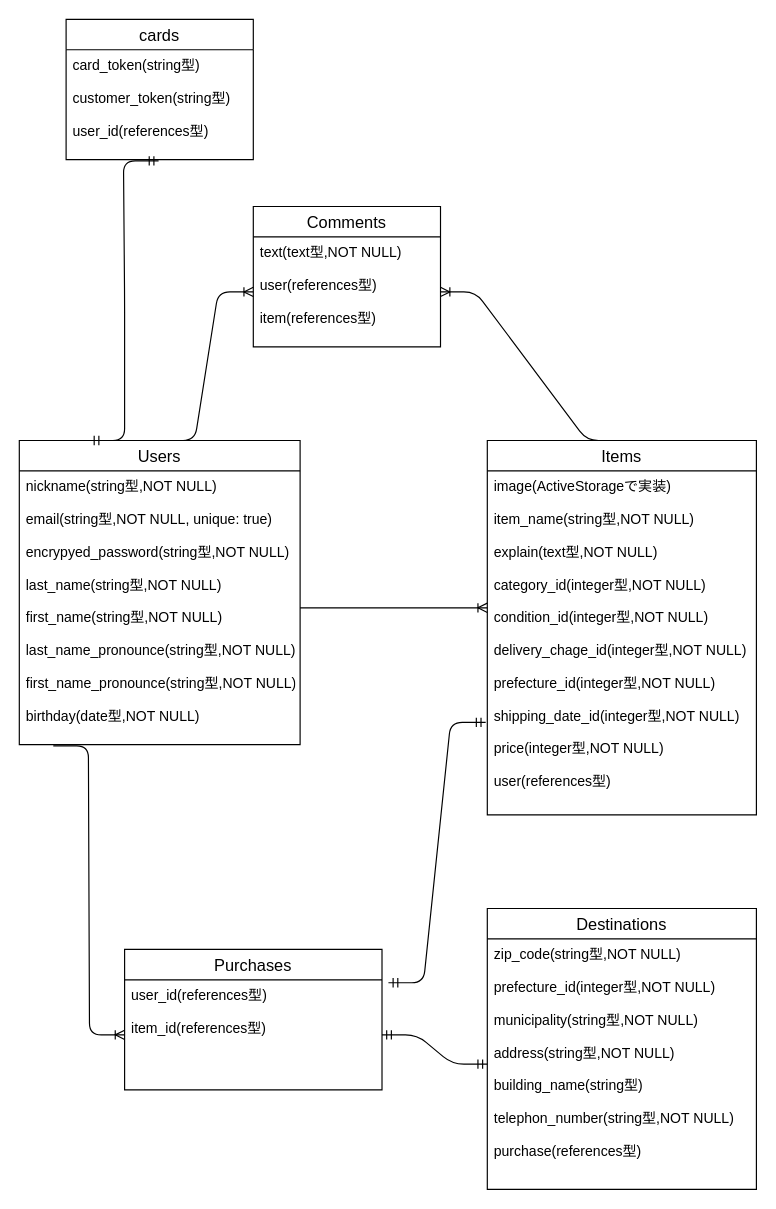
Before: furima.dio in mokomoko-ogata/furima-35230, a draw.io diagram. Source tidied: cells renumbered, new cells numbered last; positions are measured from the earlier drawing's top-left corner, leaving out a move shared by most shapes. Both pictures are drawn from the tidied source at 117%, with x=0, y=0 at pixel (19, 19).
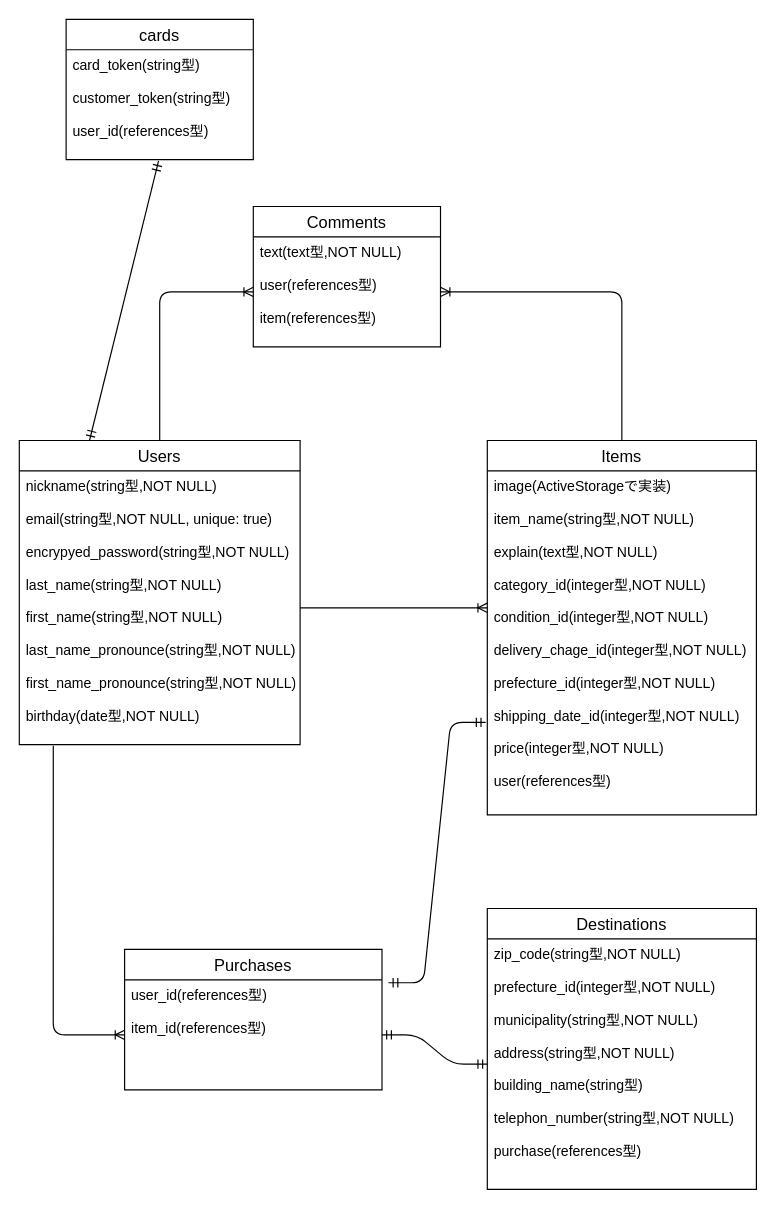
Above is the later version.

The change refers to these unchanged cells:
```xml
<mxCell id="2" value="Users" style="swimlane;fontStyle=0;horizontal=1;startSize=26;align=center;fontSize=14;" parent="1" vertex="1">
  <mxGeometry y="360" width="240" height="260" as="geometry" />
</mxCell>
<mxCell id="3" value="nickname(string型,NOT NULL)&#10;&#10;email(string型,NOT NULL, unique: true)&#10;&#10;encrypyed_password(string型,NOT NULL)&#10;&#10;last_name(string型,NOT NULL)&#10;&#10;first_name(string型,NOT NULL)&#10;&#10;last_name_pronounce(string型,NOT NULL)&#10;&#10;first_name_pronounce(string型,NOT NULL)&#10;&#10;birthday(date型,NOT NULL)" style="text;strokeColor=none;fillColor=none;spacingLeft=4;spacingRight=4;overflow=hidden;points=[[0,0.5],[1,0.5]];portConstraint=eastwest;fontSize=12;" parent="2" vertex="1">
  <mxGeometry y="26" width="240" height="234" as="geometry" />
</mxCell>
<mxCell id="4" value="Items" style="swimlane;fontStyle=0;horizontal=1;startSize=26;align=center;fontSize=14;" parent="1" vertex="1">
  <mxGeometry x="400" y="360" width="230" height="320" as="geometry" />
</mxCell>
<mxCell id="7" value="user_id(references型)&#10;&#10;item_id(references型)" style="text;strokeColor=none;fillColor=none;spacingLeft=4;spacingRight=4;overflow=hidden;points=[[0,0.5],[1,0.5]];portConstraint=eastwest;fontSize=12;" parent="6" vertex="1">
  <mxGeometry y="26" width="220" height="94" as="geometry" />
</mxCell>
<mxCell id="11" value="text(text型,NOT NULL)&#10;&#10;user(references型)&#10;&#10;item(references型)" style="text;strokeColor=none;fillColor=none;spacingLeft=4;spacingRight=4;overflow=hidden;points=[[0,0.5],[1,0.5]];portConstraint=eastwest;fontSize=12;" parent="10" vertex="1">
  <mxGeometry y="26" width="160" height="94" as="geometry" />
</mxCell>
<mxCell id="19" value="card_token(string型)&#10;&#10;customer_token(string型)&#10;&#10;user_id(references型)" style="text;strokeColor=none;fillColor=none;spacingLeft=4;spacingRight=4;overflow=hidden;points=[[0,0.5],[1,0.5]];portConstraint=eastwest;fontSize=12;" parent="18" vertex="1">
  <mxGeometry y="26" width="160" height="94" as="geometry" />
</mxCell>
```

The edit, as a diff of the source:
```diff
@@
-    <mxCell id="13" style="edgeStyle=entityRelationEdgeStyle;fontSize=12;html=1;endArrow=ERoneToMany;exitX=0.5;exitY=0;exitDx=0;exitDy=0;entryX=0;entryY=0.5;entryDx=0;entryDy=0;" parent="1" edge="1" source="2" target="11">
+    <mxCell id="13" style="edgeStyle=orthogonalEdgeStyle;fontSize=12;html=1;endArrow=ERoneToMany;exitX=0.5;exitY=0;exitDx=0;exitDy=0;entryX=0;entryY=0.5;entryDx=0;entryDy=0;" parent="1" edge="1" source="2" target="11">
       <mxGeometry relative="1" as="geometry" />
     </mxCell>
-    <mxCell id="14" style="edgeStyle=entityRelationEdgeStyle;fontSize=12;html=1;endArrow=ERoneToMany;exitX=0.5;exitY=0;exitDx=0;exitDy=0;entryX=1;entryY=0.5;entryDx=0;entryDy=0;" parent="1" edge="1" source="4" target="11">
+    <mxCell id="14" style="edgeStyle=orthogonalEdgeStyle;fontSize=12;html=1;endArrow=ERoneToMany;exitX=0.5;exitY=0;exitDx=0;exitDy=0;entryX=1;entryY=0.5;entryDx=0;entryDy=0;" parent="1" edge="1" source="4" target="11">
       <mxGeometry relative="1" as="geometry" />
     </mxCell>
-    <mxCell id="15" style="edgeStyle=entityRelationEdgeStyle;fontSize=12;html=1;endArrow=ERoneToMany;entryX=0;entryY=0.5;entryDx=0;entryDy=0;exitX=0.121;exitY=1.004;exitDx=0;exitDy=0;exitPerimeter=0;" parent="1" edge="1" source="3" target="7">
+    <mxCell id="15" style="edgeStyle=orthogonalEdgeStyle;fontSize=12;html=1;endArrow=ERoneToMany;entryX=0;entryY=0.5;entryDx=0;entryDy=0;exitX=0.121;exitY=1.004;exitDx=0;exitDy=0;exitPerimeter=0;" parent="1" edge="1" source="3" target="7">
       <mxGeometry relative="1" as="geometry" />
     </mxCell>
@@
-    <mxCell id="20" style="edgeStyle=entityRelationEdgeStyle;fontSize=12;html=1;endArrow=ERmandOne;startArrow=ERmandOne;exitX=0.25;exitY=0;exitDx=0;exitDy=0;entryX=0.494;entryY=1.011;entryDx=0;entryDy=0;entryPerimeter=0;" parent="1" edge="1" source="2" target="19">
+    <mxCell id="20" style="fontSize=12;html=1;endArrow=ERmandOne;startArrow=ERmandOne;exitX=0.25;exitY=0;exitDx=0;exitDy=0;entryX=0.494;entryY=1.011;entryDx=0;entryDy=0;entryPerimeter=0;" parent="1" edge="1" source="2" target="19">
       <mxGeometry relative="1" as="geometry" />
     </mxCell>
```
